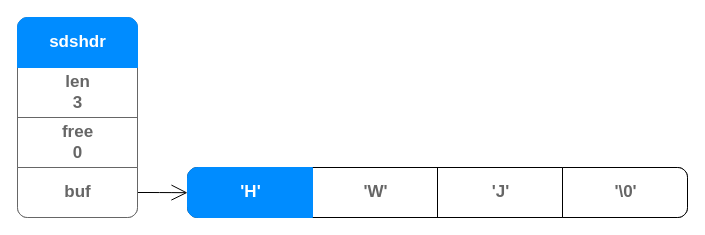
The draw.io diagram Draw/redis.drawio in weijia-huang/Images, before the edit. Source tidied: cells renumbered, new cells numbered last; positions are measured from the earlier drawing's top-left corner, leaving out a move shared by most shapes. Both pictures are drawn from the tidied source at 100%, with x=0, y=0 at pixel (17, 17). Pictures stored in the file or linked from it are replaced by grey dashed boxes.
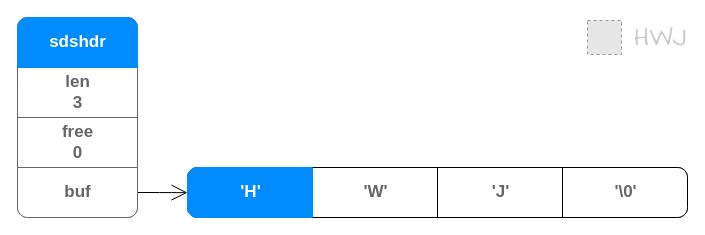
The same diagram, later.

Change to the diagram source:
```diff
@@
 <mxGraphModel>
   <root>
     <mxCell id="0" />
     <mxCell id="1" parent="0" />
     <mxCell id="2" style="strokeWidth=1;shadow=0;dashed=0;align=center;html=1;shape=mxgraph.mockup.rrect;rSize=10;strokeColor=#666666;fontSize=16;" parent="1" vertex="1">
       <mxGeometry width="120" height="200" as="geometry" />
     </mxCell>
     <mxCell id="3" style="edgeStyle=orthogonalEdgeStyle;curved=1;rounded=0;jettySize=auto;html=1;entryX=0;entryY=0.504;entryDx=0;entryDy=0;entryPerimeter=0;fontSize=12;fontColor=#000000;endArrow=open;startSize=14;endSize=14;" parent="2" edge="1" source="6" target="12">
       <mxGeometry relative="1" as="geometry" />
     </mxCell>
     <mxCell id="4" value="len&lt;br&gt;3" style="strokeColor=inherit;fillColor=inherit;gradientColor=inherit;strokeWidth=1;shadow=0;dashed=0;align=center;html=1;shape=mxgraph.mockup.rrect;rSize=0;fontSize=17;fontColor=#666666;fontStyle=1;" parent="2" vertex="1">
       <mxGeometry width="120" height="50" relative="1" as="geometry">
         <mxPoint y="50" as="offset" />
       </mxGeometry>
     </mxCell>
     <mxCell id="5" value="free&lt;br&gt;0" style="strokeColor=inherit;fillColor=inherit;gradientColor=inherit;strokeWidth=1;shadow=0;dashed=0;align=center;html=1;shape=mxgraph.mockup.rrect;rSize=0;fontSize=17;fontColor=#666666;fontStyle=1;" parent="2" vertex="1">
       <mxGeometry width="120" height="50" relative="1" as="geometry">
         <mxPoint y="100" as="offset" />
       </mxGeometry>
     </mxCell>
     <mxCell id="6" value="buf" style="strokeColor=inherit;fillColor=inherit;gradientColor=inherit;strokeWidth=1;shadow=0;dashed=0;align=center;html=1;shape=mxgraph.mockup.bottomButton;rSize=10;fontSize=17;fontColor=#666666;fontStyle=1;" parent="2" vertex="1">
       <mxGeometry y="1" width="120" height="50" relative="1" as="geometry">
         <mxPoint y="-50" as="offset" />
       </mxGeometry>
     </mxCell>
     <mxCell id="7" value="sdshdr" style="strokeWidth=1;shadow=0;dashed=0;align=center;html=1;shape=mxgraph.mockup.topButton;rSize=10;fontSize=17;fontColor=#ffffff;fontStyle=1;fillColor=#008cff;strokeColor=#008cff;" parent="2" vertex="1">
       <mxGeometry width="120" height="50" relative="1" as="geometry" />
     </mxCell>
     <mxCell id="8" style="strokeWidth=1;shadow=0;dashed=0;align=center;html=1;shape=mxgraph.mockup.rrect;rSize=10;fontSize=16;fillColor=#FFFFFF;" parent="1" vertex="1">
       <mxGeometry x="170" y="150" width="500" height="50" as="geometry" />
     </mxCell>
     <mxCell id="9" value="'W'" style="strokeColor=inherit;fillColor=inherit;gradientColor=inherit;strokeWidth=1;shadow=0;dashed=0;align=center;html=1;shape=mxgraph.mockup.rrect;rSize=0;fontSize=17;fontColor=#666666;fontStyle=1;" parent="8" vertex="1">
       <mxGeometry width="125" height="50" relative="1" as="geometry">
         <mxPoint x="125" as="offset" />
       </mxGeometry>
     </mxCell>
     <mxCell id="10" value="'J'" style="strokeColor=inherit;fillColor=inherit;gradientColor=inherit;strokeWidth=1;shadow=0;dashed=0;align=center;html=1;shape=mxgraph.mockup.rrect;rSize=0;fontSize=17;fontColor=#666666;fontStyle=1;" parent="8" vertex="1">
       <mxGeometry width="125" height="50" relative="1" as="geometry">
         <mxPoint x="250" as="offset" />
       </mxGeometry>
     </mxCell>
     <mxCell id="11" value="'\0'" style="strokeColor=inherit;fillColor=inherit;gradientColor=inherit;strokeWidth=1;shadow=0;dashed=0;align=center;html=1;shape=mxgraph.mockup.rightButton;rSize=10;fontSize=17;fontColor=#666666;fontStyle=1;" parent="8" vertex="1">
       <mxGeometry x="1" width="125" height="50" relative="1" as="geometry">
         <mxPoint x="-125" as="offset" />
       </mxGeometry>
     </mxCell>
     <mxCell id="12" value="'H'" style="strokeWidth=1;shadow=0;dashed=0;align=center;html=1;shape=mxgraph.mockup.leftButton;rSize=10;fontSize=17;fontColor=#ffffff;fontStyle=1;fillColor=#008cff;strokeColor=#008cff;" parent="8" vertex="1">
       <mxGeometry width="125" height="50" relative="1" as="geometry" />
     </mxCell>
+    <mxCell id="13" style="group;sketch=0;" parent="1" vertex="1">
+      <mxGeometry x="570" width="100" height="40" as="geometry" />
+    </mxCell>
+    <mxCell id="14" value="&lt;div style=&quot;&quot;&gt;&lt;span style=&quot;font-size: 25px; font-family: &amp;quot;Comic Sans MS&amp;quot;; background-color: initial;&quot;&gt;&amp;nbsp; HWJ&lt;/span&gt;&lt;/div&gt;" style="text;html=1;align=right;verticalAlign=middle;strokeColor=none;fillColor=none;fontSize=16;opacity=30;sketch=1;textOpacity=20;strokeWidth=0;rounded=1;" parent="13" vertex="1">
+      <mxGeometry width="100" height="40" as="geometry" />
+    </mxCell>
+    <mxCell id="15" style="fillColor=#E6E6E6;strokeColor=#999999;dashed=1;html=1;verticalAlign=top;verticalLabelPosition=bottom;labelBackgroundColor=#ffffff;fontFamily=Comic Sans MS;fontSize=25;" parent="13" vertex="1">
+      <mxGeometry y="3" width="34" height="34" as="geometry" />
+    </mxCell>
   </root>
 </mxGraphModel>
```
